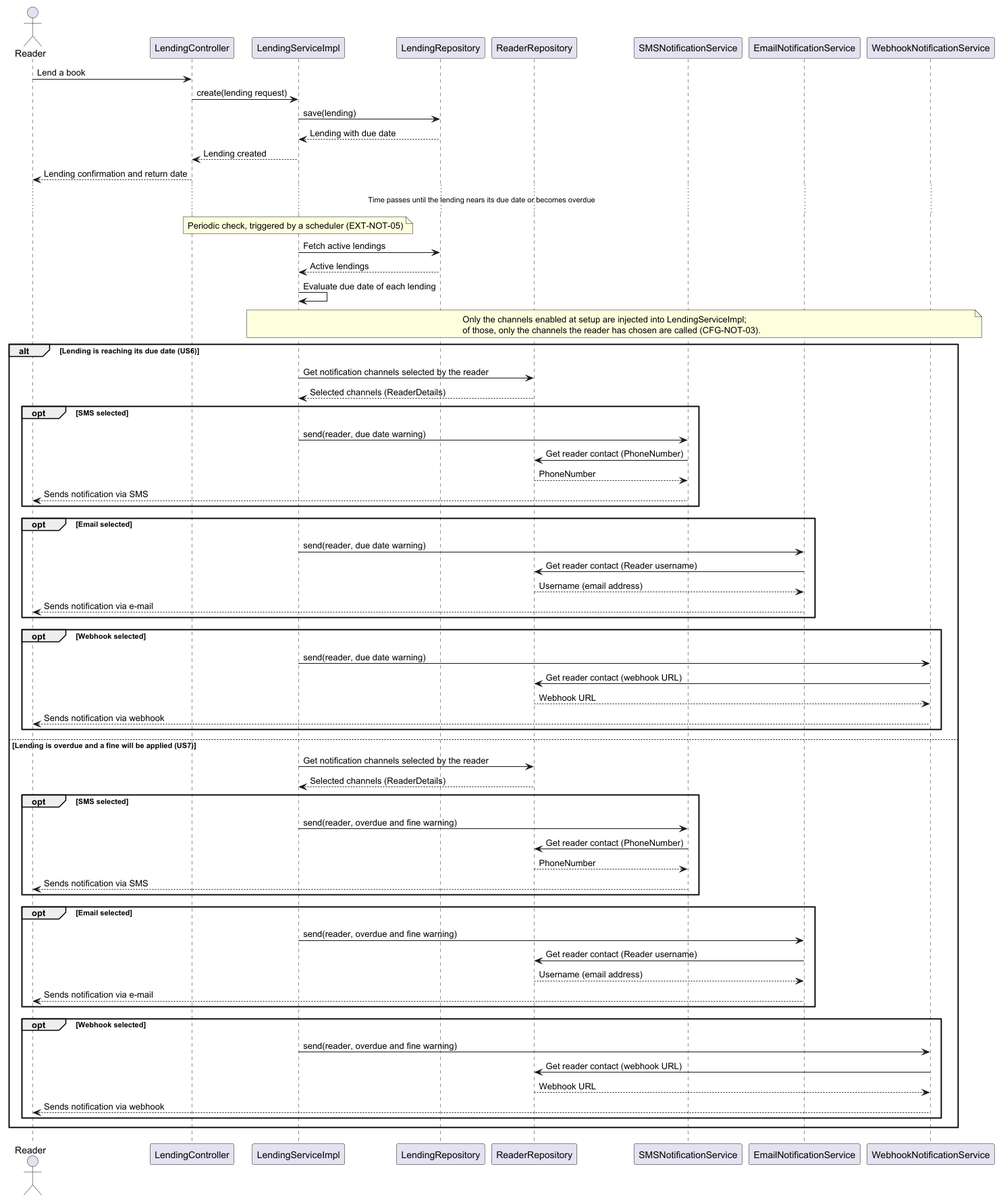
Max1124/ARQSOFT_ODSOFT_G6 keeps this PlantUML diagram as Docs/DocsMasterDegree/system-to-be/Images/NotificationMethodsExtensibilitySequence.png. Above is the earlier version.
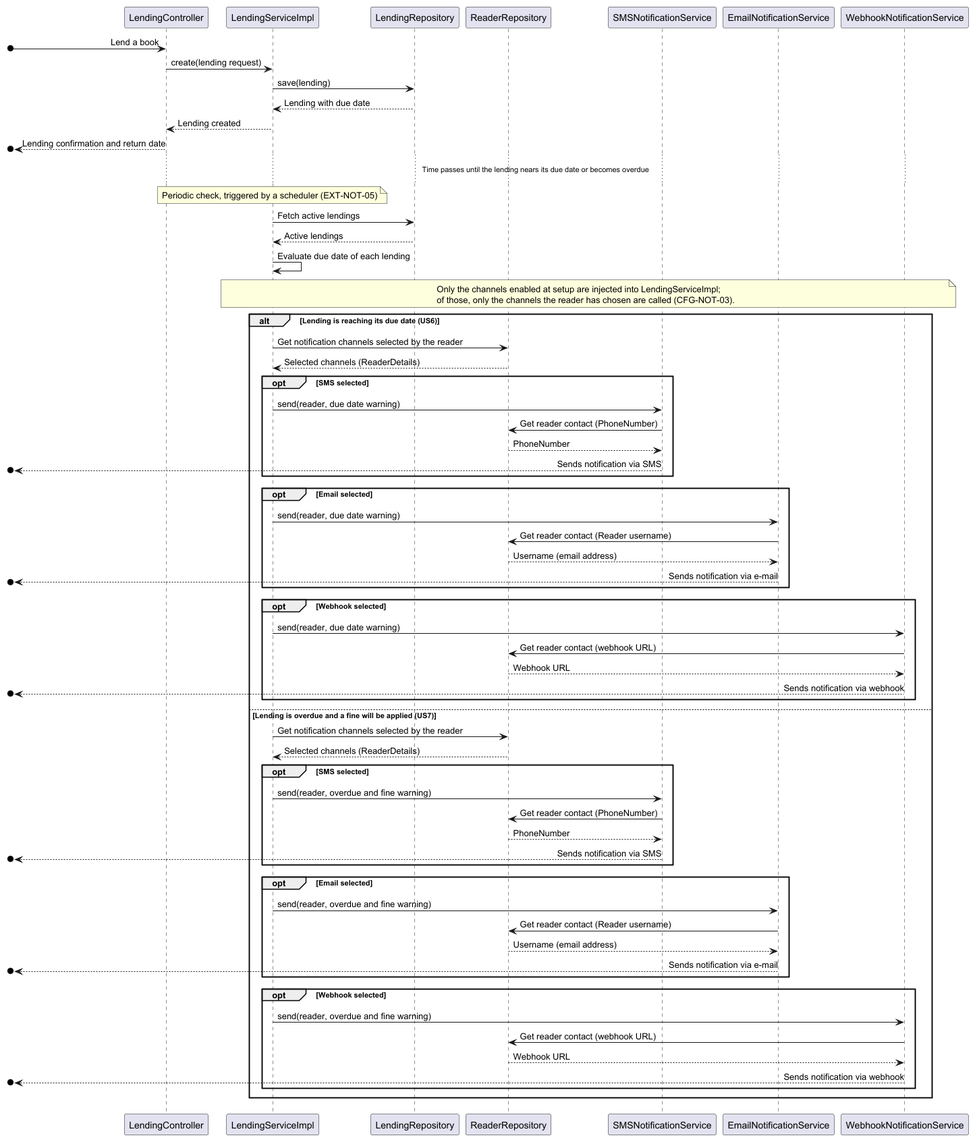
The same diagram one commit later.

Commit message:
docs: changed NotificationMethodsExtensibilitySequence diagram to use a dot instead of the reader actor.

The edit, as a diff of the source:
```diff
@@ -1,5 +1,4 @@
 @startuml
-actor Reader
 participant "LendingController" as API
 participant "LendingServiceImpl" as Lending
 participant "LendingRepository" as LRepo
@@ -8,12 +7,12 @@
 participant "EmailNotificationService" as Email
 participant "WebhookNotificationService" as Webhook
 
-Reader -> API : Lend a book
+[o-> API : Lend a book
 API -> Lending : create(lending request)
 Lending -> LRepo : save(lending)
 LRepo --> Lending : Lending with due date
 Lending --> API : Lending created
-API --> Reader : Lending confirmation and return date
+[o<-- API : Lending confirmation and return date
 
 ... Time passes until the lending nears its due date or becomes overdue ...
 
@@ -34,19 +33,19 @@
         Lending -> SMS : send(reader, due date warning)
         SMS -> RRepo : Get reader contact (PhoneNumber)
         RRepo --> SMS : PhoneNumber
-        SMS --> Reader : Sends notification via SMS
+        [o<-- SMS : Sends notification via SMS
     end
     opt Email selected
         Lending -> Email : send(reader, due date warning)
         Email -> RRepo : Get reader contact (Reader username)
         RRepo --> Email : Username (email address)
-        Email --> Reader : Sends notification via e-mail
+        [o<-- Email : Sends notification via e-mail
     end
     opt Webhook selected
         Lending -> Webhook : send(reader, due date warning)
         Webhook -> RRepo : Get reader contact (webhook URL)
         RRepo --> Webhook : Webhook URL
-        Webhook --> Reader : Sends notification via webhook
+        [o<-- Webhook : Sends notification via webhook
     end
 else Lending is overdue and a fine will be applied (US7)
     Lending -> RRepo : Get notification channels selected by the reader
@@ -55,19 +54,19 @@
         Lending -> SMS : send(reader, overdue and fine warning)
         SMS -> RRepo : Get reader contact (PhoneNumber)
         RRepo --> SMS : PhoneNumber
-        SMS --> Reader : Sends notification via SMS
+        [o<-- SMS : Sends notification via SMS
     end
     opt Email selected
         Lending -> Email : send(reader, overdue and fine warning)
         Email -> RRepo : Get reader contact (Reader username)
         RRepo --> Email : Username (email address)
-        Email --> Reader : Sends notification via e-mail
+        [o<-- Email : Sends notification via e-mail
     end
     opt Webhook selected
         Lending -> Webhook : send(reader, overdue and fine warning)
         Webhook -> RRepo : Get reader contact (webhook URL)
         RRepo --> Webhook : Webhook URL
-        Webhook --> Reader : Sends notification via webhook
+        [o<-- Webhook : Sends notification via webhook
     end
 end
 @enduml
```
